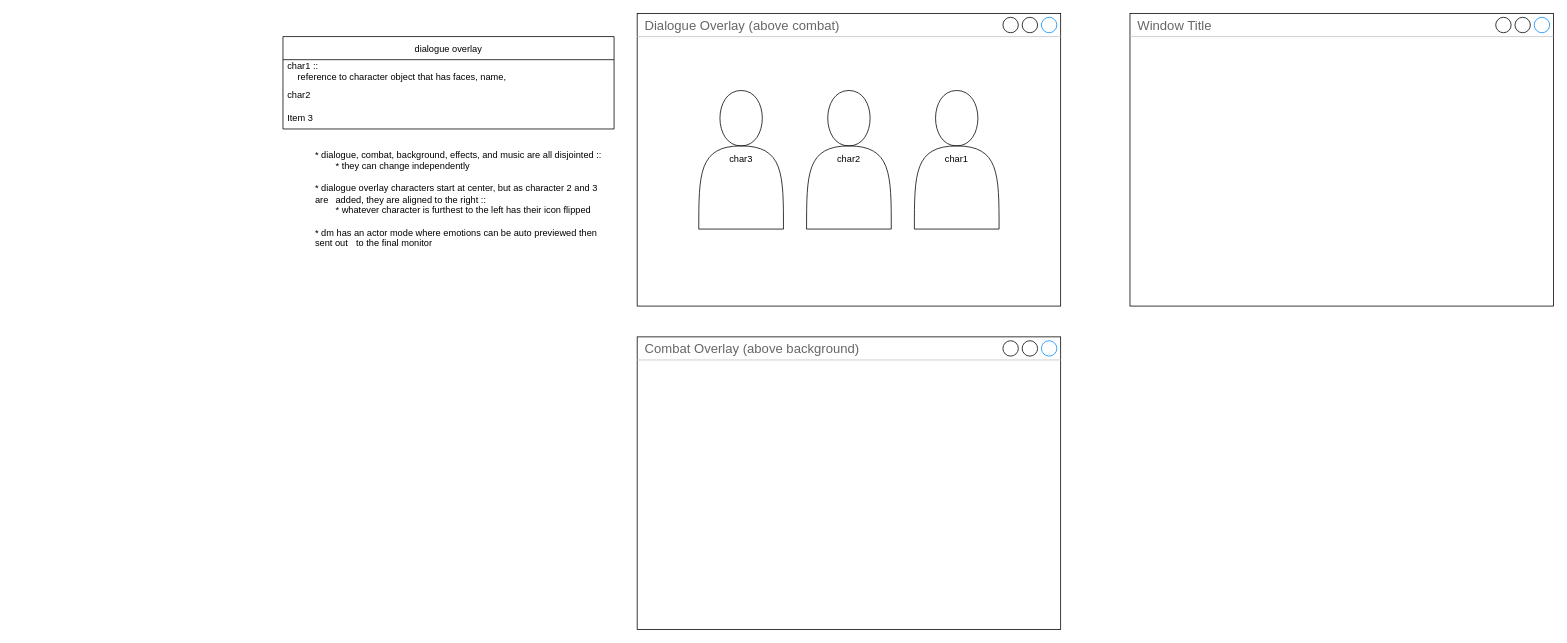
Before: ui-ux-plan.drawio in joshua-aquino/dmui, a draw.io diagram. Source tidied: cells renumbered, new cells numbered last; positions are measured from the earlier drawing's top-left corner, leaving out a move shared by most shapes. Both pictures are drawn from the tidied source at 77%, with x=0, y=0 at pixel (283, 13).
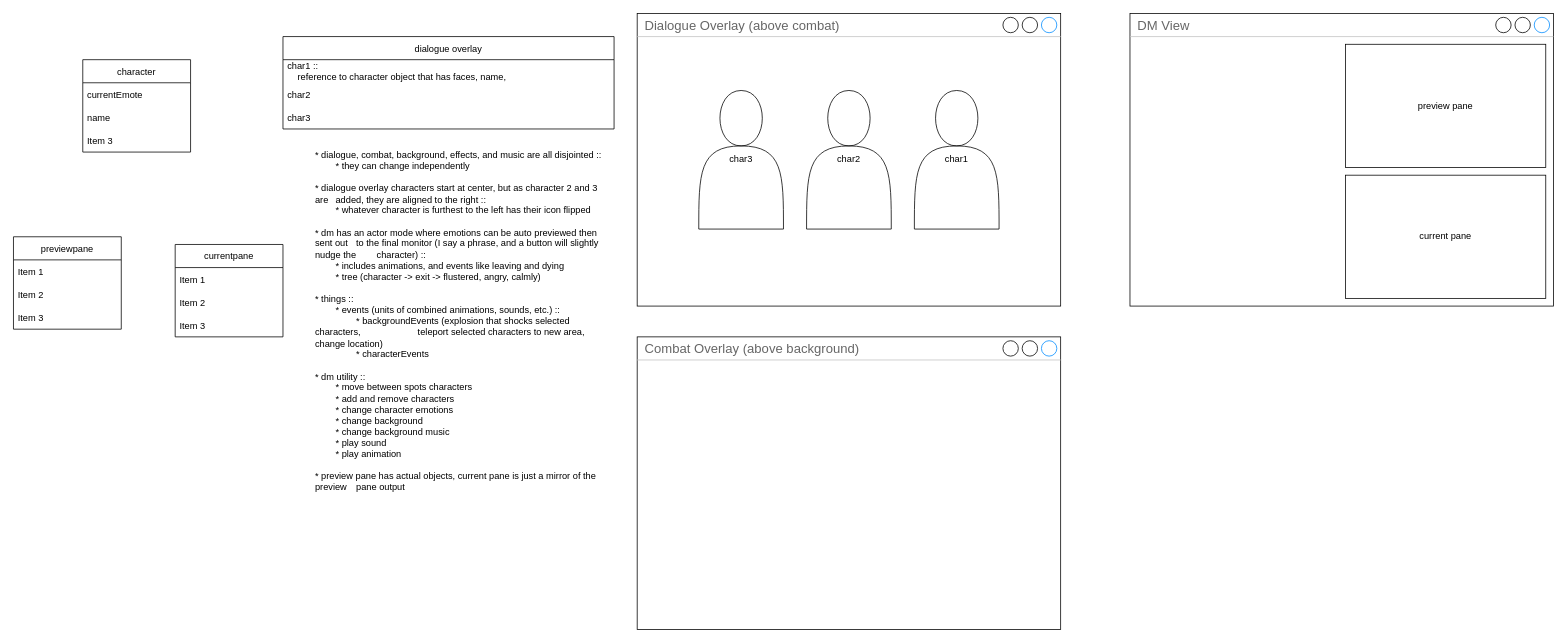
Above is the later version.

Commit message:
plan more things

Unchanged cells that the change refers to:
```xml
<mxCell id="7" value="dialogue overlay" style="swimlane;fontStyle=0;horizontal=1;startSize=30;" parent="1" vertex="1">
  <mxGeometry y="30" width="430" height="120" as="geometry" />
</mxCell>
```

The edit, as a diff of the source:
```diff
@@
-    <mxCell id="3" value="Window Title" style="strokeWidth=1;shadow=0;dashed=0;align=center;html=1;shape=mxgraph.mockup.containers.window;align=left;verticalAlign=top;spacingLeft=8;strokeColor2=#008cff;strokeColor3=#c4c4c4;fontColor=#666666;mainText=;fontSize=17;labelBackgroundColor=none;" parent="1" vertex="1">
+    <mxCell id="3" value="DM View" style="strokeWidth=1;shadow=0;dashed=0;align=center;html=1;shape=mxgraph.mockup.containers.window;align=left;verticalAlign=top;spacingLeft=8;strokeColor2=#008cff;strokeColor3=#c4c4c4;fontColor=#666666;mainText=;fontSize=17;labelBackgroundColor=none;" parent="1" vertex="1">
       <mxGeometry x="1100" width="550" height="380" as="geometry" />
     </mxCell>
@@
-    <mxCell id="10" value="Item 3" style="text;strokeColor=none;fillColor=none;align=left;verticalAlign=middle;spacingLeft=4;spacingRight=4;overflow=hidden;" parent="7" vertex="1">
+    <mxCell id="10" value="char3" style="text;strokeColor=none;fillColor=none;align=left;verticalAlign=middle;spacingLeft=4;spacingRight=4;overflow=hidden;" parent="7" vertex="1">
       <mxGeometry y="90" width="430" height="30" as="geometry" />
     </mxCell>
-    <mxCell id="11" value="&lt;div&gt;* dialogue, combat, background, effects, and music are all disjointed ::&lt;/div&gt;&lt;div&gt;&lt;span style=&quot;white-space: pre&quot;&gt;&#9;&lt;/span&gt;* they can change independently&lt;br&gt;&lt;/div&gt;&lt;div&gt;&lt;br&gt;&lt;/div&gt;&lt;div&gt;* dialogue overlay characters start at center, but as character 2 and 3 are &lt;span style=&quot;white-space: pre&quot;&gt;&#9;&lt;/span&gt;added, they are aligned to the right ::&lt;/div&gt;&lt;div&gt;&lt;span style=&quot;white-space: pre&quot;&gt;&#9;&lt;/span&gt;* whatever character is furthest to the left has their icon flipped&lt;/div&gt;&lt;div&gt;&lt;br&gt;&lt;/div&gt;&lt;div&gt;* dm has an actor mode where emotions can be auto previewed then sent out &lt;span style=&quot;white-space: pre&quot;&gt;&#9;&lt;/span&gt;to the final monitor&lt;br&gt;&lt;/div&gt;" style="text;html=1;strokeColor=none;fillColor=none;align=left;verticalAlign=top;whiteSpace=wrap;rounded=0;" parent="1" vertex="1">
+    <mxCell id="11" value="&lt;div&gt;* dialogue, combat, background, effects, and music are all disjointed ::&lt;/div&gt;&lt;div&gt;&lt;span style=&quot;white-space: pre&quot;&gt;&#9;&lt;/span&gt;* they can change independently&lt;br&gt;&lt;/div&gt;&lt;div&gt;&lt;br&gt;&lt;/div&gt;&lt;div&gt;* dialogue overlay characters start at center, but as character 2 and 3 are &lt;span style=&quot;white-space: pre&quot;&gt;&#9;&lt;/span&gt;added, they are aligned to the right ::&lt;/div&gt;&lt;div&gt;&lt;span style=&quot;white-space: pre&quot;&gt;&#9;&lt;/span&gt;* whatever character is furthest to the left has their icon flipped&lt;/div&gt;&lt;div&gt;&lt;br&gt;&lt;/div&gt;&lt;div&gt;* dm has an actor mode where emotions can be auto previewed then sent out &lt;span style=&quot;white-space: pre&quot;&gt;&#9;&lt;/span&gt;to the final monitor (I say a phrase, and a button will slightly nudge the &lt;span style=&quot;white-space: pre&quot;&gt;&#9;&lt;/span&gt;character) ::&lt;/div&gt;&lt;div&gt;&lt;span style=&quot;white-space: pre&quot;&gt;&#9;&lt;/span&gt;* includes animations, and events like leaving and dying&lt;/div&gt;&lt;div&gt;&lt;span style=&quot;white-space: pre&quot;&gt;&#9;&lt;/span&gt;* tree (character -&amp;gt; exit -&amp;gt; flustered, angry, calmly)&lt;br&gt;&lt;/div&gt;&lt;div&gt;&lt;br&gt;&lt;/div&gt;&lt;div&gt;* things ::&lt;/div&gt;&lt;div&gt;&lt;span style=&quot;white-space: pre&quot;&gt;&#9;&lt;/span&gt;* events (units of combined animations, sounds, etc.) :: &lt;br&gt;&lt;/div&gt;&lt;div&gt;&lt;span style=&quot;white-space: pre&quot;&gt;&#9;&lt;/span&gt;&lt;span style=&quot;white-space: pre&quot;&gt;&#9;&lt;/span&gt;* backgroundEvents (explosion that shocks selected characters, &lt;span style=&quot;white-space: pre&quot;&gt;&#9;&lt;/span&gt;&lt;span style=&quot;white-space: pre&quot;&gt;&#9;&lt;/span&gt;&lt;span style=&quot;white-space: pre&quot;&gt;&#9;&lt;/span&gt;teleport selected characters to new area, change location)&lt;br&gt;&lt;/div&gt;&lt;div&gt;&lt;span style=&quot;white-space: pre&quot;&gt;&#9;&lt;/span&gt;&lt;span style=&quot;white-space: pre&quot;&gt;&#9;&lt;/span&gt;* characterEvents &lt;br&gt;&lt;/div&gt;&lt;div&gt;&lt;br&gt;&lt;/div&gt;&lt;div&gt;* dm utility ::&lt;/div&gt;&lt;div&gt;&lt;span style=&quot;white-space: pre&quot;&gt;&#9;&lt;/span&gt;* move between spots characters&lt;/div&gt;&lt;div&gt;&lt;span style=&quot;white-space: pre&quot;&gt;&#9;&lt;/span&gt;* add and remove characters&lt;/div&gt;&lt;div&gt;&lt;span style=&quot;white-space: pre&quot;&gt;&#9;&lt;/span&gt;* change character emotions&lt;/div&gt;&lt;div&gt;&lt;span style=&quot;white-space: pre&quot;&gt;&#9;&lt;/span&gt;* change background&lt;/div&gt;&lt;div&gt;&lt;span style=&quot;white-space: pre&quot;&gt;&#9;&lt;/span&gt;* change background music&lt;/div&gt;&lt;div&gt;&lt;span style=&quot;white-space: pre&quot;&gt;&#9;&lt;/span&gt;* play sound&lt;/div&gt;&lt;div&gt;&lt;span style=&quot;white-space: pre&quot;&gt;&#9;&lt;/span&gt;* play animation&lt;br&gt;&lt;/div&gt;&lt;div&gt;&lt;br&gt;&lt;/div&gt;&lt;div&gt;* preview pane has actual objects, current pane is just a mirror of the preview &lt;span style=&quot;white-space: pre&quot;&gt;&#9;&lt;/span&gt;pane output&lt;br&gt;&lt;/div&gt;" style="text;html=1;strokeColor=none;fillColor=none;align=left;verticalAlign=top;whiteSpace=wrap;rounded=0;" parent="1" vertex="1">
       <mxGeometry x="40" y="170" width="380" height="470" as="geometry" />
     </mxCell>
@@
+    <mxCell id="13" value="current pane" style="rounded=0;whiteSpace=wrap;html=1;" parent="1" vertex="1">
+      <mxGeometry x="1380" y="210" width="260" height="160" as="geometry" />
+    </mxCell>
+    <mxCell id="14" value="preview pane" style="rounded=0;whiteSpace=wrap;html=1;" parent="1" vertex="1">
+      <mxGeometry x="1380" y="40" width="260" height="160" as="geometry" />
+    </mxCell>
+    <mxCell id="15" value="character" style="swimlane;fontStyle=0;horizontal=1;startSize=30;" parent="1" vertex="1">
+      <mxGeometry x="-260" y="60" width="140" height="120" as="geometry" />
+    </mxCell>
+    <mxCell id="16" value="currentEmote" style="text;strokeColor=none;fillColor=none;align=left;verticalAlign=middle;spacingLeft=4;spacingRight=4;overflow=hidden;" parent="15" vertex="1">
+      <mxGeometry y="30" width="140" height="30" as="geometry" />
+    </mxCell>
+    <mxCell id="17" value="name" style="text;strokeColor=none;fillColor=none;align=left;verticalAlign=middle;spacingLeft=4;spacingRight=4;overflow=hidden;" parent="15" vertex="1">
+      <mxGeometry y="60" width="140" height="30" as="geometry" />
+    </mxCell>
+    <mxCell id="18" value="Item 3" style="text;strokeColor=none;fillColor=none;align=left;verticalAlign=middle;spacingLeft=4;spacingRight=4;overflow=hidden;" parent="15" vertex="1">
+      <mxGeometry y="90" width="140" height="30" as="geometry" />
+    </mxCell>
+    <mxCell id="19" value="previewpane" style="swimlane;fontStyle=0;horizontal=1;startSize=30;" parent="1" vertex="1">
+      <mxGeometry x="-350" y="290" width="140" height="120" as="geometry" />
+    </mxCell>
+    <mxCell id="20" value="Item 1" style="text;strokeColor=none;fillColor=none;align=left;verticalAlign=middle;spacingLeft=4;spacingRight=4;overflow=hidden;" parent="19" vertex="1">
+      <mxGeometry y="30" width="140" height="30" as="geometry" />
+    </mxCell>
+    <mxCell id="21" value="Item 2" style="text;strokeColor=none;fillColor=none;align=left;verticalAlign=middle;spacingLeft=4;spacingRight=4;overflow=hidden;" parent="19" vertex="1">
+      <mxGeometry y="60" width="140" height="30" as="geometry" />
+    </mxCell>
+    <mxCell id="22" value="Item 3" style="text;strokeColor=none;fillColor=none;align=left;verticalAlign=middle;spacingLeft=4;spacingRight=4;overflow=hidden;" parent="19" vertex="1">
+      <mxGeometry y="90" width="140" height="30" as="geometry" />
+    </mxCell>
+    <mxCell id="23" value="currentpane" style="swimlane;fontStyle=0;horizontal=1;startSize=30;" parent="1" vertex="1">
+      <mxGeometry x="-140" y="300" width="140" height="120" as="geometry" />
+    </mxCell>
+    <mxCell id="24" value="Item 1" style="text;strokeColor=none;fillColor=none;align=left;verticalAlign=middle;spacingLeft=4;spacingRight=4;overflow=hidden;" parent="23" vertex="1">
+      <mxGeometry y="30" width="140" height="30" as="geometry" />
+    </mxCell>
+    <mxCell id="25" value="Item 2" style="text;strokeColor=none;fillColor=none;align=left;verticalAlign=middle;spacingLeft=4;spacingRight=4;overflow=hidden;" parent="23" vertex="1">
+      <mxGeometry y="60" width="140" height="30" as="geometry" />
+    </mxCell>
+    <mxCell id="26" value="Item 3" style="text;strokeColor=none;fillColor=none;align=left;verticalAlign=middle;spacingLeft=4;spacingRight=4;overflow=hidden;" parent="23" vertex="1">
+      <mxGeometry y="90" width="140" height="30" as="geometry" />
+    </mxCell>
```
